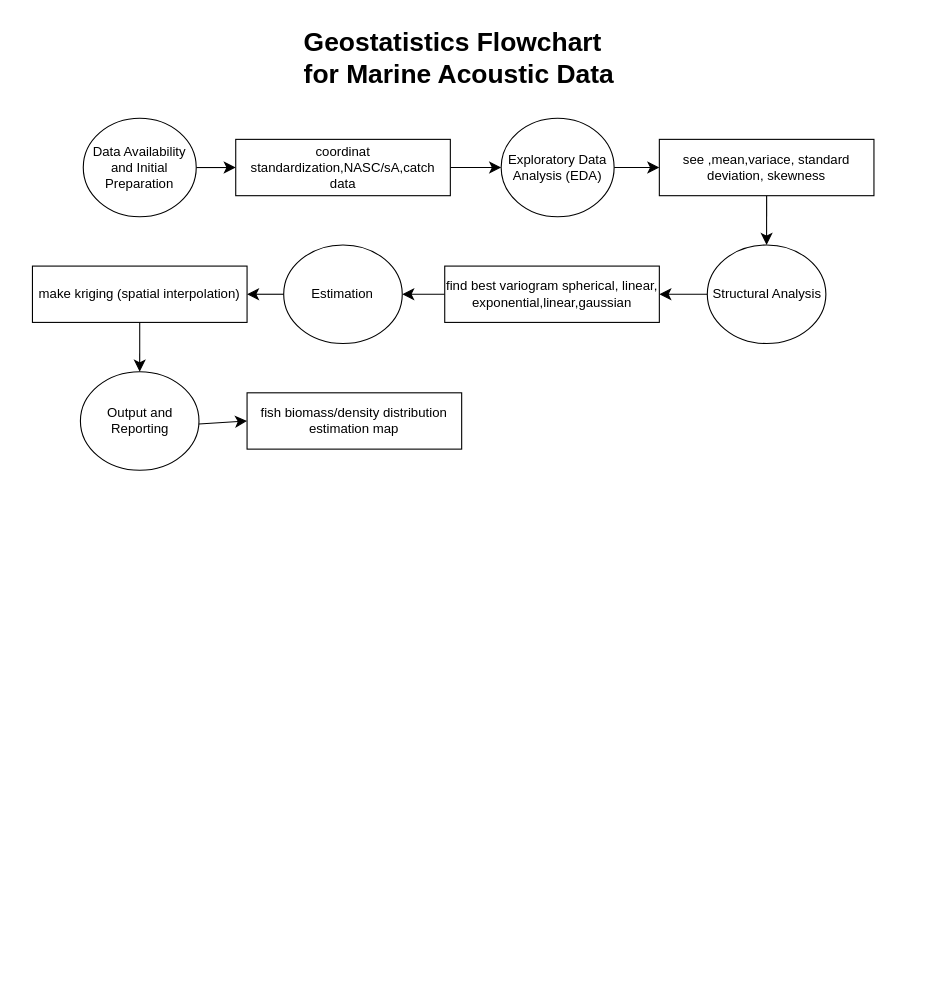
The draw.io diagram Untitled Diagram.drawio in AiHidka/Geostatistics-and-Marine-Acoustic, before the edit. Source tidied: cells renumbered, new cells numbered last; positions are measured from the earlier drawing's top-left corner, leaving out a move shared by most shapes. Both pictures are drawn from the tidied source at 110%, with x=0, y=0 at pixel (32, 19).
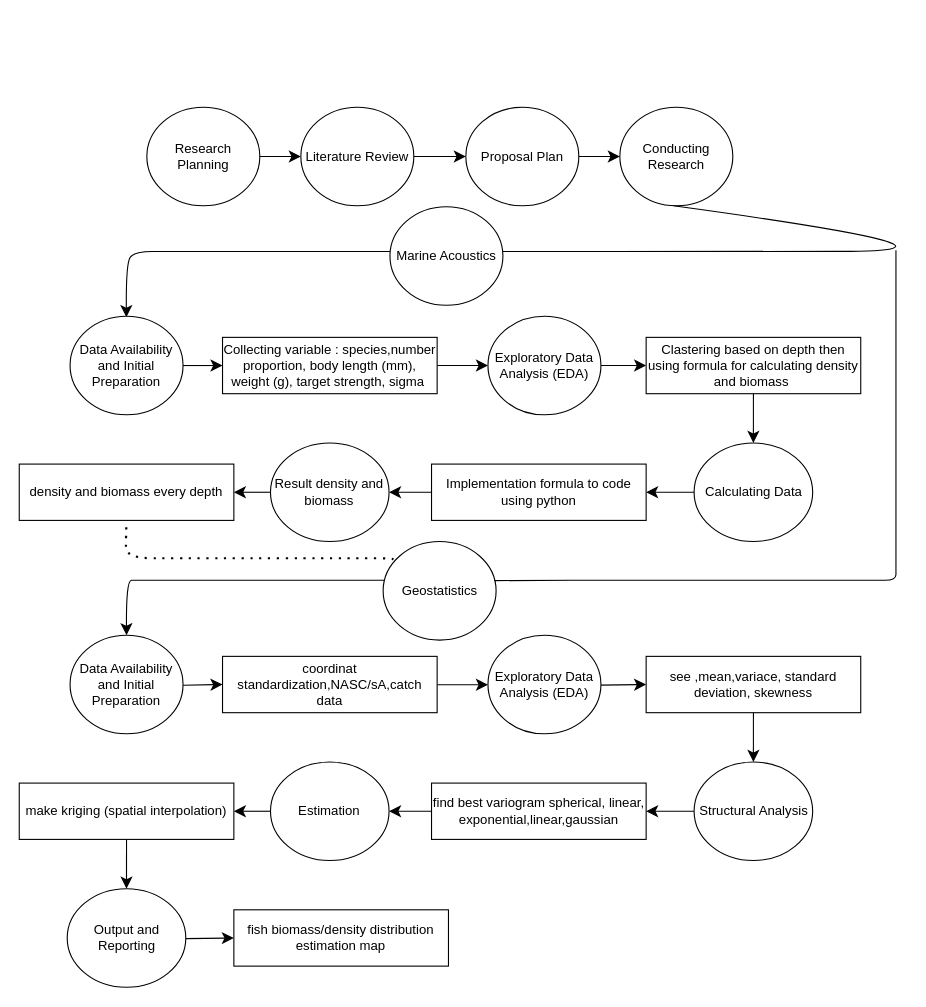
After the change.

Unchanged cells that the change refers to:
```xml
<mxCell id="7" value="Data Availability and Initial Preparation" style="ellipse;whiteSpace=wrap;html=1;" parent="5" vertex="1">
  <mxGeometry x="2.6" width="102.7" height="89.6" as="geometry" />
</mxCell>
```

The edit, as a diff of the source:
```diff
@@
-    <mxCell id="2" value="&lt;h1 style=&quot;margin-top: 0px;&quot;&gt;Geostatistics Flowchart for Marine Acoustic Data&lt;/h1&gt;" style="text;html=1;whiteSpace=wrap;overflow=hidden;rounded=0;" parent="1" vertex="1">
-      <mxGeometry x="245" width="290" height="60" as="geometry" />
-    </mxCell>
+    <mxCell id="24" style="group;" parent="1" vertex="1">
+      <mxGeometry x="104" y="80" width="532.7" height="89.6" as="geometry" />
+    </mxCell>
+    <mxCell id="25" style="edgeStyle=none;curved=1;rounded=0;jettySize=auto;html=1;fontSize=12;startSize=8;endSize=8;" parent="24" edge="1" source="26" target="28">
+      <mxGeometry relative="1" as="geometry" />
+    </mxCell>
+    <mxCell id="26" value="Research Planning" style="ellipse;whiteSpace=wrap;html=1;" parent="24" vertex="1">
+      <mxGeometry width="102.7" height="89.6" as="geometry" />
+    </mxCell>
+    <mxCell id="27" style="edgeStyle=none;curved=1;rounded=0;jettySize=auto;html=1;fontSize=12;startSize=8;endSize=8;" parent="24" edge="1" source="28" target="30">
+      <mxGeometry relative="1" as="geometry" />
+    </mxCell>
+    <mxCell id="28" value="Literature Review" style="ellipse;whiteSpace=wrap;html=1;" parent="24" vertex="1">
+      <mxGeometry x="140" width="102.7" height="89.6" as="geometry" />
+    </mxCell>
+    <mxCell id="29" style="edgeStyle=none;curved=1;rounded=0;jettySize=auto;html=1;fontSize=12;startSize=8;endSize=8;" parent="24" edge="1" source="30" target="31">
+      <mxGeometry relative="1" as="geometry" />
+    </mxCell>
+    <mxCell id="30" value="Proposal Plan" style="ellipse;whiteSpace=wrap;html=1;" parent="24" vertex="1">
+      <mxGeometry x="290" width="102.7" height="89.6" as="geometry" />
+    </mxCell>
+    <mxCell id="31" value="Conducting Research" style="ellipse;whiteSpace=wrap;html=1;" parent="24" vertex="1">
+      <mxGeometry x="430" width="102.7" height="89.6" as="geometry" />
+    </mxCell>
+    <mxCell id="32" style="edgeStyle=none;curved=1;rounded=0;jettySize=auto;html=1;fontSize=12;startSize=8;endSize=8;exitX=0.474;exitY=1;exitDx=0;exitDy=0;entryX=0.5;entryY=0;entryDx=0;entryDy=0;exitPerimeter=0;" parent="1" edge="1" source="31">
+      <mxGeometry relative="1" as="geometry">
+        <mxPoint x="85.4" y="270.8" as="targetPoint" />
+        <Array as="points">
+          <mxPoint x="885" y="210.8" />
+          <mxPoint x="585" y="211.2" />
+          <mxPoint x="465" y="211.2" />
+          <mxPoint x="385" y="211.2" />
+          <mxPoint x="295" y="211.2" />
+          <mxPoint x="245" y="211.2" />
+          <mxPoint x="215" y="211.2" />
+          <mxPoint x="185" y="211.2" />
+          <mxPoint x="145" y="211.2" />
+          <mxPoint x="125" y="211.2" />
+          <mxPoint x="93" y="211.2" />
+          <mxPoint x="85" y="221.2" />
+        </Array>
+      </mxGeometry>
+    </mxCell>
+    <mxCell id="33" style="group;" parent="1" vertex="1">
+      <mxGeometry x="-12" y="270" width="765" height="610" as="geometry" />
+    </mxCell>
+    <mxCell id="34" value="density and biomass every depth" style="whiteSpace=wrap;html=1;" parent="33" vertex="1">
+      <mxGeometry y="134.4" width="195.1" height="51.2" as="geometry" />
+    </mxCell>
+    <mxCell id="35" style="group;" parent="33" vertex="1">
+      <mxGeometry x="43.6" width="721.4" height="610" as="geometry" />
+    </mxCell>
+    <mxCell id="36" style="edgeStyle=none;curved=1;rounded=0;jettySize=auto;html=1;fontSize=12;startSize=8;endSize=8;" parent="35" edge="1" source="37" target="39">
+      <mxGeometry relative="1" as="geometry" />
+    </mxCell>
+    <mxCell id="37" value="Data Availability and Initial Preparation" style="ellipse;whiteSpace=wrap;html=1;" parent="35" vertex="1">
+      <mxGeometry x="2.6" width="102.7" height="89.6" as="geometry" />
+    </mxCell>
+    <mxCell id="38" style="edgeStyle=none;curved=1;rounded=0;jettySize=auto;html=1;fontSize=12;startSize=8;endSize=8;" parent="35" edge="1" source="39" target="41">
+      <mxGeometry relative="1" as="geometry" />
+    </mxCell>
+    <mxCell id="39" value="Collecting variable : species,number proportion, body length (mm), weight (g), target strength, sigma&amp;nbsp;" style="whiteSpace=wrap;html=1;" parent="35" vertex="1">
+      <mxGeometry x="141.2" y="19.2" width="195.1" height="51.2" as="geometry" />
+    </mxCell>
+    <mxCell id="40" style="edgeStyle=none;curved=1;rounded=0;jettySize=auto;html=1;fontSize=12;startSize=8;endSize=8;" parent="35" edge="1" source="41" target="43">
+      <mxGeometry relative="1" as="geometry" />
+    </mxCell>
+    <mxCell id="41" value="Exploratory Data Analysis (EDA)" style="ellipse;whiteSpace=wrap;html=1;" parent="35" vertex="1">
+      <mxGeometry x="382.5" width="102.7" height="89.6" as="geometry" />
+    </mxCell>
+    <mxCell id="42" style="edgeStyle=none;curved=1;rounded=0;jettySize=auto;html=1;fontSize=12;startSize=8;endSize=8;" parent="35" edge="1" source="43" target="45">
+      <mxGeometry relative="1" as="geometry" />
+    </mxCell>
+    <mxCell id="43" value="Clastering based on depth then using formula for calculating density and biomass&amp;nbsp;" style="whiteSpace=wrap;html=1;" parent="35" vertex="1">
+      <mxGeometry x="526.3" y="19.2" width="195.1" height="51.2" as="geometry" />
+    </mxCell>
+    <mxCell id="44" style="edgeStyle=none;curved=1;rounded=0;jettySize=auto;html=1;fontSize=12;startSize=8;endSize=8;" parent="35" edge="1" source="45" target="47">
+      <mxGeometry relative="1" as="geometry" />
+    </mxCell>
+    <mxCell id="45" value="Calculating Data" style="ellipse;whiteSpace=wrap;html=1;" parent="35" vertex="1">
+      <mxGeometry x="569.9" y="115.2" width="107.8" height="89.6" as="geometry" />
+    </mxCell>
+    <mxCell id="46" style="edgeStyle=none;curved=1;rounded=0;jettySize=auto;html=1;fontSize=12;startSize=8;endSize=8;" parent="35" edge="1" source="47" target="48">
+      <mxGeometry relative="1" as="geometry" />
+    </mxCell>
+    <mxCell id="47" value="Implementation formula to code using python" style="whiteSpace=wrap;html=1;" parent="35" vertex="1">
+      <mxGeometry x="331.2" y="134.4" width="195.1" height="51.2" as="geometry" />
+    </mxCell>
+    <mxCell id="48" value="Result density and biomass" style="ellipse;whiteSpace=wrap;html=1;" parent="35" vertex="1">
+      <mxGeometry x="184.8" y="115.2" width="107.8" height="89.6" as="geometry" />
+    </mxCell>
-    <mxCell id="3" style="group;" parent="1" vertex="1">
-      <mxGeometry y="90" width="765" height="320" as="geometry" />
+    <mxCell id="3" style="group;" parent="35" vertex="1">
+      <mxGeometry x="-43.6" y="290" width="765" height="320" as="geometry" />
     </mxCell>
@@
+    <mxCell id="49" style="edgeStyle=none;curved=1;rounded=0;jettySize=auto;html=1;exitX=0.01;exitY=0.393;exitDx=0;exitDy=0;entryX=0.5;entryY=0;entryDx=0;entryDy=0;fontSize=12;startSize=8;endSize=8;exitPerimeter=0;" parent="35" edge="1" source="50" target="7">
+      <mxGeometry relative="1" as="geometry">
+        <Array as="points">
+          <mxPoint x="273.5" y="240" />
+          <mxPoint x="253.5" y="240" />
+          <mxPoint x="223.5" y="240" />
+          <mxPoint x="163.5" y="240" />
+          <mxPoint x="93.5" y="240" />
+          <mxPoint x="63.5" y="240" />
+          <mxPoint x="53.5" y="240" />
+        </Array>
+      </mxGeometry>
+    </mxCell>
+    <mxCell id="50" value="Geostatistics" style="ellipse;whiteSpace=wrap;html=1;" parent="35" vertex="1">
+      <mxGeometry x="287.2" y="204.8" width="102.7" height="89.6" as="geometry" />
+    </mxCell>
+    <mxCell id="51" style="edgeStyle=none;curved=1;rounded=0;jettySize=auto;html=1;fontSize=12;startSize=8;endSize=8;" parent="33" edge="1" source="48" target="34">
+      <mxGeometry relative="1" as="geometry" />
+    </mxCell>
+    <mxCell id="52" style="endArrow=none;dashed=1;html=1;dashPattern=1 3;strokeWidth=2;rounded=0;fontSize=12;startSize=8;endSize=8;curved=1;exitX=0.092;exitY=0.179;exitDx=0;exitDy=0;entryX=0.5;entryY=1;entryDx=0;entryDy=0;exitPerimeter=0;" parent="33" edge="1" source="50" target="34">
+      <mxGeometry relative="1" as="geometry">
+        <Array as="points">
+          <mxPoint x="337" y="220" />
+          <mxPoint x="317" y="220" />
+          <mxPoint x="277" y="220" />
+          <mxPoint x="207" y="220" />
+          <mxPoint x="147" y="220" />
+          <mxPoint x="97" y="220" />
+          <mxPoint x="97" y="200" />
+        </Array>
+      </mxGeometry>
+    </mxCell>
+    <mxCell id="53" value="Marine Acoustics" style="ellipse;whiteSpace=wrap;html=1;" parent="1" vertex="1">
+      <mxGeometry x="325" y="170.4" width="102.7" height="89.6" as="geometry" />
+    </mxCell>
+    <mxCell id="54" style="endArrow=none;html=1;rounded=0;fontSize=12;startSize=8;endSize=8;curved=1;exitX=0.985;exitY=0.397;exitDx=0;exitDy=0;exitPerimeter=0;" parent="1" edge="1" source="50">
+      <mxGeometry relative="1" as="geometry">
+        <mxPoint x="785" y="210" as="targetPoint" />
+        <Array as="points">
+          <mxPoint x="465" y="510" />
+          <mxPoint x="515" y="510" />
+          <mxPoint x="605" y="510" />
+          <mxPoint x="695" y="510" />
+          <mxPoint x="735" y="510" />
+          <mxPoint x="765" y="510" />
+          <mxPoint x="785" y="510" />
+          <mxPoint x="785" y="500" />
+          <mxPoint x="785" y="440" />
+          <mxPoint x="785" y="400" />
+          <mxPoint x="785" y="370" />
+          <mxPoint x="785" y="320" />
+        </Array>
+      </mxGeometry>
+    </mxCell>
+    <mxCell id="55" style="endArrow=none;html=1;rounded=0;fontSize=12;startSize=8;endSize=8;curved=1;" parent="1" edge="1">
+      <mxGeometry relative="1" as="geometry">
+        <mxPoint x="785" y="210" as="sourcePoint" />
+        <mxPoint x="785" y="210" as="targetPoint" />
+        <Array as="points">
+          <mxPoint x="785" y="210" />
+        </Array>
+      </mxGeometry>
+    </mxCell>
+    <mxCell id="56" style="endArrow=classic;html=1;rounded=0;fontSize=12;startSize=8;endSize=8;curved=1;" parent="1" edge="1">
+      <mxGeometry relative="1" as="geometry">
+        <mxPoint x="785" y="210" as="sourcePoint" />
+        <mxPoint x="785" y="210" as="targetPoint" />
+      </mxGeometry>
+    </mxCell>
```
